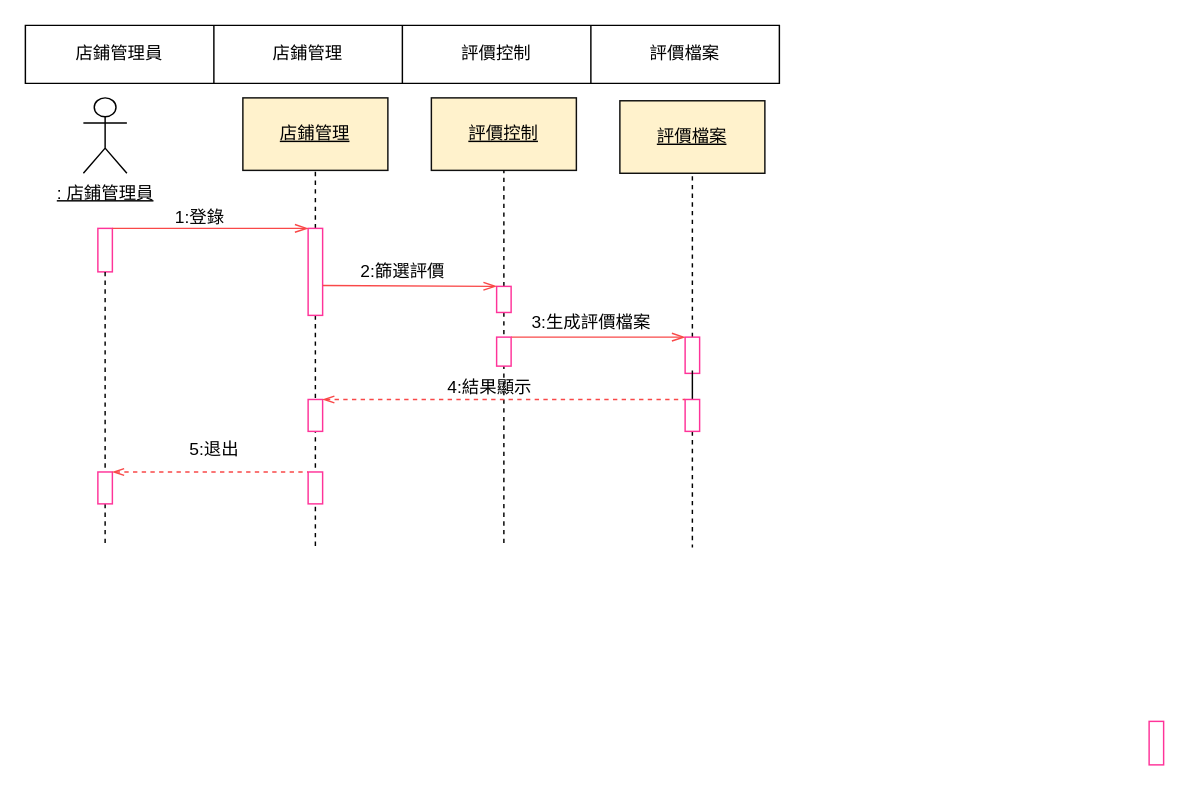
The draw.io diagram draw檔/5.1.4-1.drawio in 11024117/SE_Final-Paper, before the edit. Source tidied: cells renumbered, new cells numbered last; positions are measured from the earlier drawing's top-left corner, leaving out a move shared by most shapes. Both pictures are drawn from the tidied source at 145%, with x=0, y=0 at pixel (25, 25).
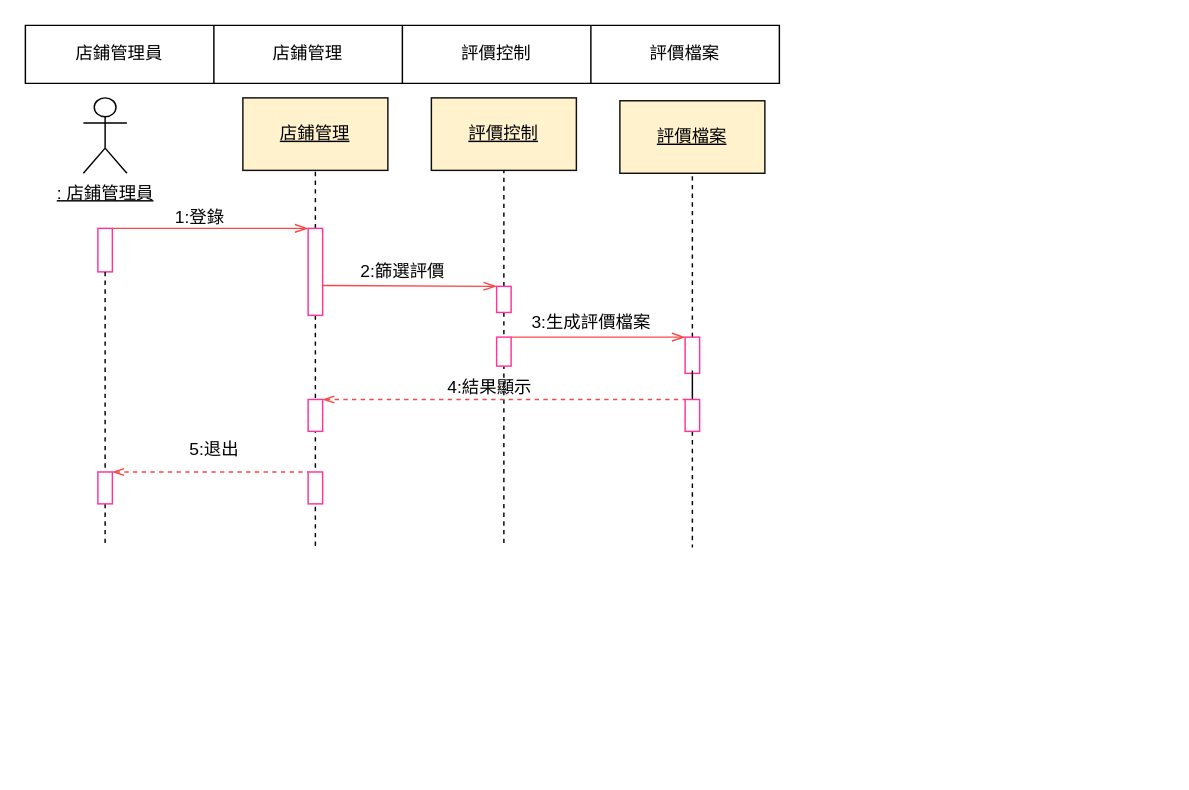
Above is the later version.

The edit, as a diff of the source:
```diff
@@
-    <mxCell id="22" style="rounded=0;whiteSpace=wrap;html=1;strokeColor=#FF3399;" parent="1" vertex="1">
-      <mxGeometry x="775" y="480" width="10" height="30" as="geometry" />
-    </mxCell>
```
